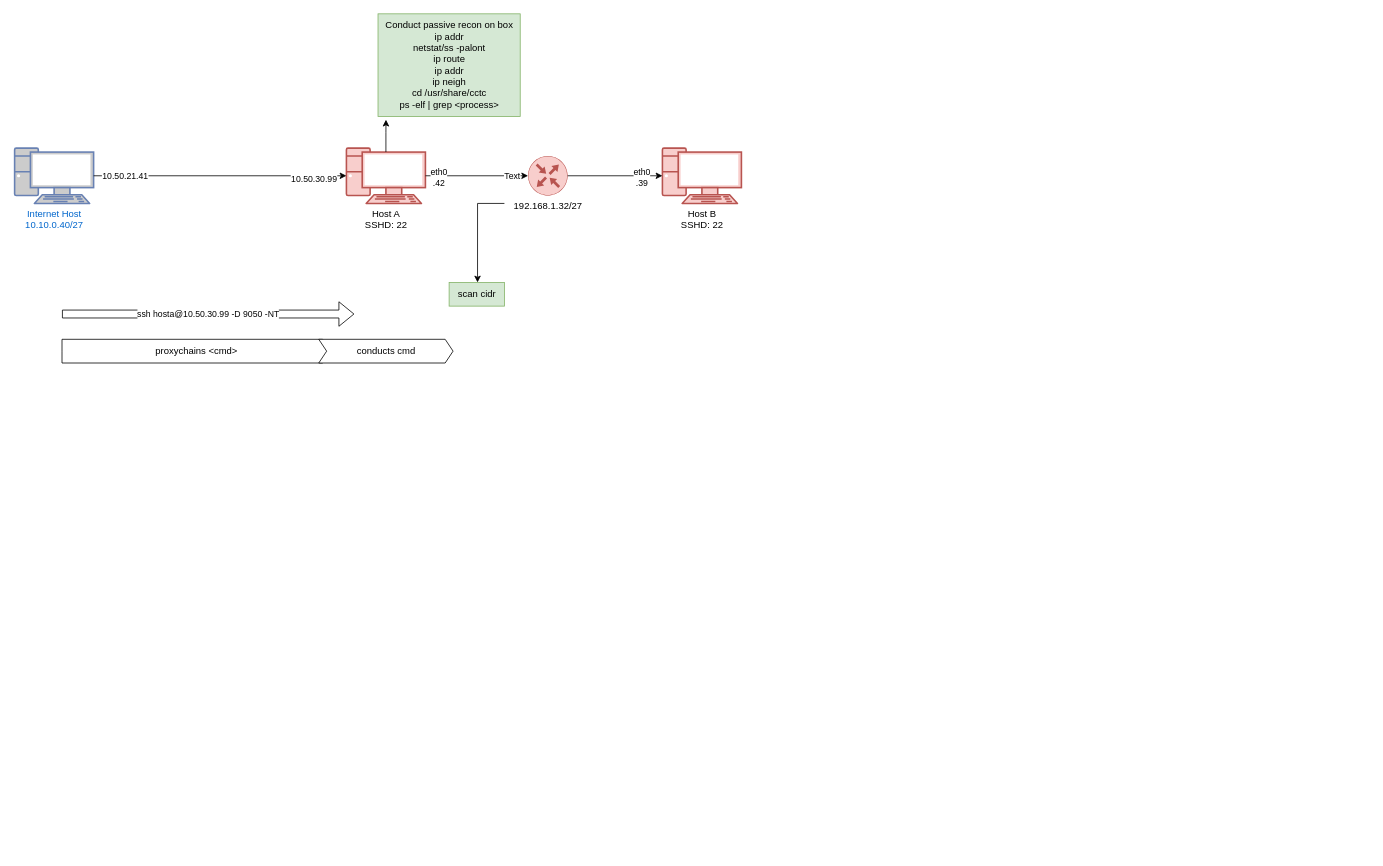
wifi96h/new keeps this draw.io diagram as CCTC/NET/Untitled Diagram.drawio. Above is the earlier version. Source tidied: cells renumbered, new cells numbered last; positions are measured from the earlier drawing's top-left corner, leaving out a move shared by most shapes. Both pictures are drawn from the tidied source at 79%, with x=0, y=0 at pixel (14, 13).
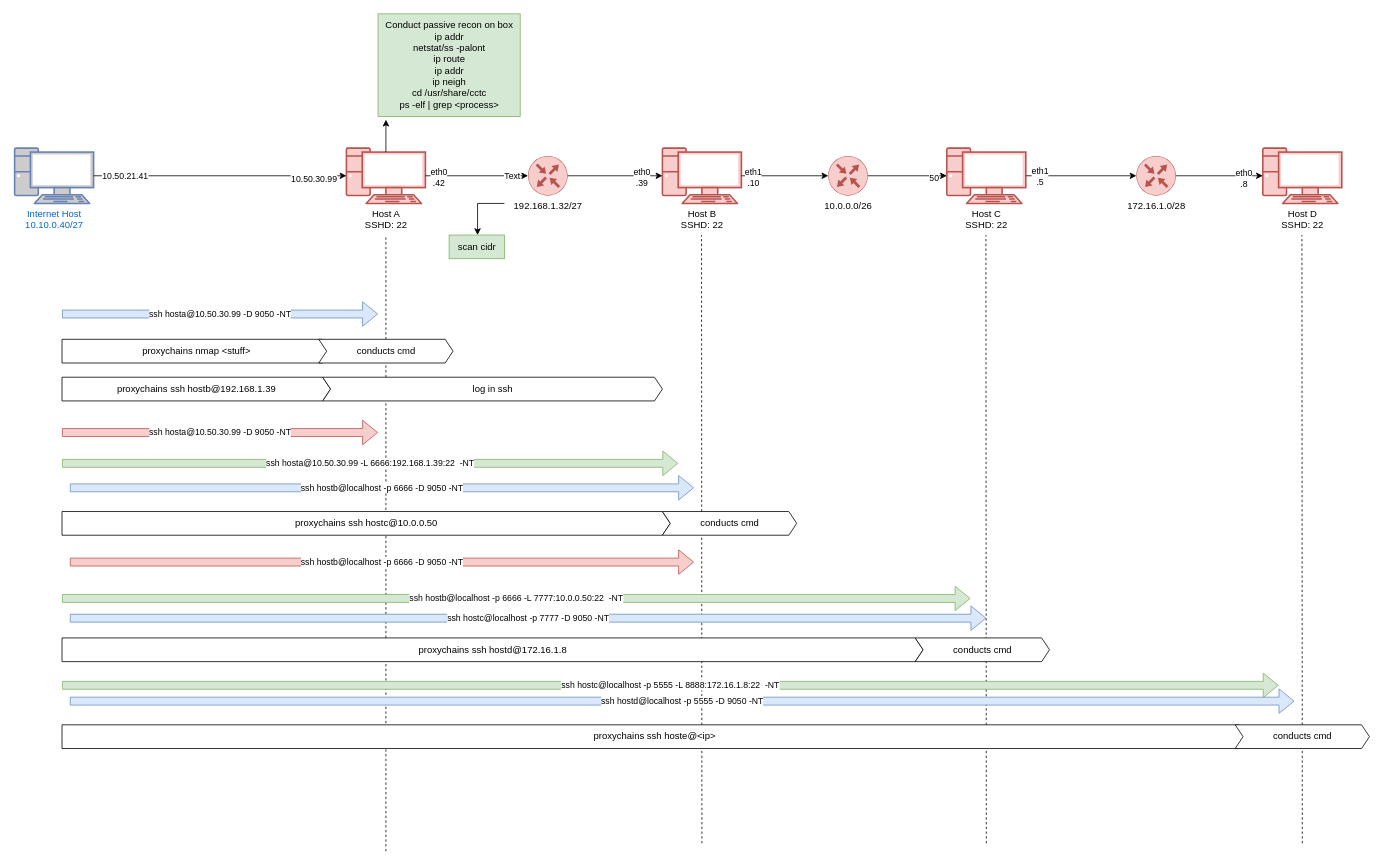
After the change.

The change refers to these unchanged cells:
```xml
<mxCell id="17" value="Host B&lt;div&gt;SSHD: 22&lt;/div&gt;" style="verticalAlign=top;verticalLabelPosition=bottom;labelPosition=center;align=center;html=1;outlineConnect=0;fillColor=#f8cecc;strokeColor=#b85450;gradientDirection=north;strokeWidth=2;shape=mxgraph.networks.pc;" parent="1" vertex="1">
  <mxGeometry x="820" y="170" width="100" height="70" as="geometry" />
</mxCell>
```

Change to the diagram source:
```diff
@@
+    <mxCell id="20" style="endArrow=none;dashed=1;html=1;rounded=0;" parent="1" edge="1">
+      <mxGeometry relative="1" as="geometry">
+        <mxPoint x="1230" y="1050" as="sourcePoint" />
+        <mxPoint x="1229.5" y="280" as="targetPoint" />
+      </mxGeometry>
+    </mxCell>
+    <mxCell id="21" style="endArrow=none;dashed=1;html=1;rounded=0;" parent="1" edge="1">
+      <mxGeometry relative="1" as="geometry">
+        <mxPoint x="870" y="1050" as="sourcePoint" />
+        <mxPoint x="869.5" y="280" as="targetPoint" />
+      </mxGeometry>
+    </mxCell>
+    <mxCell id="22" style="endArrow=none;dashed=1;html=1;rounded=0;" parent="1" edge="1">
+      <mxGeometry relative="1" as="geometry">
+        <mxPoint x="470" y="1060" as="sourcePoint" />
+        <mxPoint x="470" y="280" as="targetPoint" />
+      </mxGeometry>
+    </mxCell>
@@
     <mxCell id="10" value="scan cidr" style="text;html=1;align=center;verticalAlign=middle;points=[];strokeColor=#82b366;fillColor=#d5e8d4;" parent="1" vertex="1">
-      <mxGeometry x="550" y="340" width="70" height="30" as="geometry" />
+      <mxGeometry x="550" y="280" width="70" height="30" as="geometry" />
     </mxCell>
@@
-    <mxCell id="14" value="ssh hosta@10.50.30.99 -D 9050 -NT" style="shape=flexArrow;endArrow=classic;html=1;rounded=0;" parent="1" edge="1">
+    <mxCell id="14" value="ssh hosta@10.50.30.99 -D 9050 -NT" style="shape=flexArrow;endArrow=classic;html=1;rounded=0;fillColor=#dae8fc;strokeColor=#6c8ebf;" parent="1" edge="1">
       <mxGeometry relative="1" as="geometry">
         <mxPoint x="60" y="380" as="sourcePoint" />
-        <mxPoint x="430" y="380" as="targetPoint" />
+        <mxPoint x="460" y="380" as="targetPoint" />
       </mxGeometry>
     </mxCell>
-    <mxCell id="15" value="proxychains &amp;lt;cmd&amp;gt;" style="html=1;shadow=0;dashed=0;align=center;verticalAlign=middle;shape=mxgraph.arrows2.arrow;dy=0;dx=10;notch=0;" parent="1" vertex="1">
+    <mxCell id="15" value="proxychains nmap &amp;lt;stuff&amp;gt;" style="html=1;shadow=0;dashed=0;align=center;verticalAlign=middle;shape=mxgraph.arrows2.arrow;dy=0;dx=10;notch=0;" parent="1" vertex="1">
       <mxGeometry x="60" y="412" width="340" height="30" as="geometry" />
     </mxCell>
@@
+    <mxCell id="23" value="proxychains ssh hostb@192.168.1.39" style="html=1;shadow=0;dashed=0;align=center;verticalAlign=middle;shape=mxgraph.arrows2.arrow;dy=0;dx=10;notch=0;" parent="1" vertex="1">
+      <mxGeometry x="60" y="460" width="340" height="30" as="geometry" />
+    </mxCell>
+    <mxCell id="24" value="log in ssh" style="html=1;shadow=0;dashed=0;align=center;verticalAlign=middle;shape=mxgraph.arrows2.arrow;dy=0;dx=10;notch=10;" parent="1" vertex="1">
+      <mxGeometry x="390" y="460" width="430" height="30" as="geometry" />
+    </mxCell>
+    <mxCell id="25" value="10.0.0.0/26" style="sketch=0;points=[[0.5,0,0],[1,0.5,0],[0.5,1,0],[0,0.5,0],[0.145,0.145,0],[0.8555,0.145,0],[0.855,0.8555,0],[0.145,0.855,0]];verticalLabelPosition=bottom;html=1;verticalAlign=top;align=center;shape=mxgraph.cisco19.rect;prIcon=router;fillColor=#f8cecc;strokeColor=#b85450;" parent="1" vertex="1">
+      <mxGeometry x="1030" y="180" width="50" height="50" as="geometry" />
+    </mxCell>
+    <mxCell id="26" value="ssh hosta@10.50.30.99 -D 9050 -NT" style="shape=flexArrow;endArrow=classic;html=1;rounded=0;fillColor=#f8cecc;strokeColor=#b85450;" parent="1" edge="1">
+      <mxGeometry relative="1" as="geometry">
+        <mxPoint x="60" y="530" as="sourcePoint" />
+        <mxPoint x="460" y="530" as="targetPoint" />
+      </mxGeometry>
+    </mxCell>
+    <mxCell id="27" value="ssh hosta@10.50.30.99 -L 6666:192.168.1.39:22&amp;nbsp; -NT" style="shape=flexArrow;endArrow=classic;html=1;rounded=0;fillColor=#d5e8d4;strokeColor=#82b366;" parent="1" edge="1">
+      <mxGeometry relative="1" as="geometry">
+        <mxPoint x="60" y="569" as="sourcePoint" />
+        <mxPoint x="840" y="569" as="targetPoint" />
+      </mxGeometry>
+    </mxCell>
+    <mxCell id="28" value="ssh hostb@localhost -p 6666 -D 9050 -NT" style="shape=flexArrow;endArrow=classic;html=1;rounded=0;fillColor=#dae8fc;strokeColor=#6c8ebf;" parent="1" edge="1">
+      <mxGeometry relative="1" as="geometry">
+        <mxPoint x="70" y="600" as="sourcePoint" />
+        <mxPoint x="860" y="600" as="targetPoint" />
+      </mxGeometry>
+    </mxCell>
+    <mxCell id="29" value="proxychains ssh hostc@10.0.0.50" style="html=1;shadow=0;dashed=0;align=center;verticalAlign=middle;shape=mxgraph.arrows2.arrow;dy=0;dx=10;notch=0;" parent="1" vertex="1">
+      <mxGeometry x="60" y="630" width="770" height="30" as="geometry" />
+    </mxCell>
+    <mxCell id="30" value="conducts cmd" style="html=1;shadow=0;dashed=0;align=center;verticalAlign=middle;shape=mxgraph.arrows2.arrow;dy=0;dx=10;notch=10;" parent="1" vertex="1">
+      <mxGeometry x="820" y="630" width="170" height="30" as="geometry" />
+    </mxCell>
+    <mxCell id="31" style="edgeStyle=orthogonalEdgeStyle;rounded=0;jettySize=auto;html=1;exitX=1;exitY=0.5;exitDx=0;exitDy=0;exitPerimeter=0;entryX=0;entryY=0.5;entryDx=0;entryDy=0;entryPerimeter=0;" parent="1" edge="1" source="17" target="25">
+      <mxGeometry relative="1" as="geometry" />
+    </mxCell>
+    <mxCell id="32" value="eth1&lt;div&gt;.10&lt;/div&gt;" style="edgeLabel;html=1;align=center;verticalAlign=middle;" parent="31" vertex="1">
+      <mxGeometry x="-0.75" y="-2" relative="1" as="geometry" />
+    </mxCell>
+    <mxCell id="33" value="Host C&lt;div&gt;SSHD: 22&lt;/div&gt;" style="verticalAlign=top;verticalLabelPosition=bottom;labelPosition=center;align=center;html=1;outlineConnect=0;fillColor=#f8cecc;strokeColor=#b85450;gradientDirection=north;strokeWidth=2;shape=mxgraph.networks.pc;" parent="1" vertex="1">
+      <mxGeometry x="1180" y="170" width="100" height="70" as="geometry" />
+    </mxCell>
+    <mxCell id="34" style="edgeStyle=orthogonalEdgeStyle;rounded=0;jettySize=auto;html=1;exitX=1;exitY=0.5;exitDx=0;exitDy=0;exitPerimeter=0;entryX=0;entryY=0.5;entryDx=0;entryDy=0;entryPerimeter=0;" parent="1" edge="1" source="25" target="33">
+      <mxGeometry relative="1" as="geometry" />
+    </mxCell>
+    <mxCell id="35" value="50" style="edgeLabel;html=1;align=center;verticalAlign=middle;" parent="34" vertex="1">
+      <mxGeometry x="0.66" y="-2" relative="1" as="geometry" />
+    </mxCell>
+    <mxCell id="36" value="172.16.1.0/28" style="sketch=0;points=[[0.5,0,0],[1,0.5,0],[0.5,1,0],[0,0.5,0],[0.145,0.145,0],[0.8555,0.145,0],[0.855,0.8555,0],[0.145,0.855,0]];verticalLabelPosition=bottom;html=1;verticalAlign=top;align=center;shape=mxgraph.cisco19.rect;prIcon=router;fillColor=#f8cecc;strokeColor=#b85450;" parent="1" vertex="1">
+      <mxGeometry x="1420" y="180" width="50" height="50" as="geometry" />
+    </mxCell>
+    <mxCell id="37" style="edgeStyle=orthogonalEdgeStyle;rounded=0;jettySize=auto;html=1;exitX=1;exitY=0.5;exitDx=0;exitDy=0;exitPerimeter=0;entryX=0;entryY=0.5;entryDx=0;entryDy=0;entryPerimeter=0;" parent="1" edge="1" source="33" target="36">
+      <mxGeometry relative="1" as="geometry" />
+    </mxCell>
+    <mxCell id="38" value="eth1&lt;div&gt;.5&lt;/div&gt;" style="edgeLabel;html=1;align=center;verticalAlign=middle;" parent="37" vertex="1">
+      <mxGeometry x="-0.76" relative="1" as="geometry" />
+    </mxCell>
+    <mxCell id="39" value="ssh hostb@localhost -p 6666 -D 9050 -NT" style="shape=flexArrow;endArrow=classic;html=1;rounded=0;fillColor=#f8cecc;strokeColor=#b85450;" parent="1" edge="1">
+      <mxGeometry relative="1" as="geometry">
+        <mxPoint x="70" y="694" as="sourcePoint" />
+        <mxPoint x="860" y="694" as="targetPoint" />
+      </mxGeometry>
+    </mxCell>
+    <mxCell id="40" value="ssh hostb@localhost -p 6666 -L 7777:10.0.0.50:22&amp;nbsp; -NT" style="shape=flexArrow;endArrow=classic;html=1;rounded=0;fillColor=#d5e8d4;strokeColor=#82b366;" parent="1" edge="1">
+      <mxGeometry relative="1" as="geometry">
+        <mxPoint x="60" y="740" as="sourcePoint" />
+        <mxPoint x="1210" y="740" as="targetPoint" />
+      </mxGeometry>
+    </mxCell>
+    <mxCell id="41" value="ssh hostc@localhost -p 7777 -D 9050 -NT" style="shape=flexArrow;endArrow=classic;html=1;rounded=0;fillColor=#dae8fc;strokeColor=#6c8ebf;" parent="1" edge="1">
+      <mxGeometry relative="1" as="geometry">
+        <mxPoint x="70" y="765" as="sourcePoint" />
+        <mxPoint x="1230" y="765" as="targetPoint" />
+      </mxGeometry>
+    </mxCell>
+    <mxCell id="42" value="Host D&lt;div&gt;SSHD: 22&lt;/div&gt;" style="verticalAlign=top;verticalLabelPosition=bottom;labelPosition=center;align=center;html=1;outlineConnect=0;fillColor=#f8cecc;strokeColor=#b85450;gradientDirection=north;strokeWidth=2;shape=mxgraph.networks.pc;" parent="1" vertex="1">
+      <mxGeometry x="1580" y="170" width="100" height="70" as="geometry" />
+    </mxCell>
+    <mxCell id="43" style="edgeStyle=orthogonalEdgeStyle;rounded=0;jettySize=auto;html=1;exitX=1;exitY=0.5;exitDx=0;exitDy=0;exitPerimeter=0;entryX=0;entryY=0.5;entryDx=0;entryDy=0;entryPerimeter=0;" parent="1" edge="1" source="36" target="42">
+      <mxGeometry relative="1" as="geometry" />
+    </mxCell>
+    <mxCell id="44" value="eth0&lt;div&gt;.8&lt;/div&gt;" style="edgeLabel;html=1;align=center;verticalAlign=middle;" parent="43" vertex="1">
+      <mxGeometry x="0.55" y="-3" relative="1" as="geometry" />
+    </mxCell>
+    <mxCell id="45" style="endArrow=none;dashed=1;html=1;rounded=0;" parent="1" edge="1">
+      <mxGeometry relative="1" as="geometry">
+        <mxPoint x="1630" y="1050" as="sourcePoint" />
+        <mxPoint x="1629.5" y="280" as="targetPoint" />
+      </mxGeometry>
+    </mxCell>
+    <mxCell id="46" value="proxychains ssh hostd@172.16.1.8" style="html=1;shadow=0;dashed=0;align=center;verticalAlign=middle;shape=mxgraph.arrows2.arrow;dy=0;dx=10;notch=0;" parent="1" vertex="1">
+      <mxGeometry x="60" y="790" width="1090" height="30" as="geometry" />
+    </mxCell>
+    <mxCell id="47" value="conducts cmd" style="html=1;shadow=0;dashed=0;align=center;verticalAlign=middle;shape=mxgraph.arrows2.arrow;dy=0;dx=10;notch=10;" parent="1" vertex="1">
+      <mxGeometry x="1140" y="790" width="170" height="30" as="geometry" />
+    </mxCell>
+    <mxCell id="48" value="ssh hostc@localhost -p 5555 -L 8888:172.16.1.8:22&amp;nbsp; -NT" style="shape=flexArrow;endArrow=classic;html=1;rounded=0;fillColor=#d5e8d4;strokeColor=#82b366;" parent="1" edge="1">
+      <mxGeometry relative="1" as="geometry">
+        <mxPoint x="60" y="850" as="sourcePoint" />
+        <mxPoint x="1600" y="850" as="targetPoint" />
+      </mxGeometry>
+    </mxCell>
+    <mxCell id="49" value="ssh hostd@localhost -p 5555 -D 9050 -NT" style="shape=flexArrow;endArrow=classic;html=1;rounded=0;fillColor=#dae8fc;strokeColor=#6c8ebf;" parent="1" edge="1">
+      <mxGeometry relative="1" as="geometry">
+        <mxPoint x="70" y="870" as="sourcePoint" />
+        <mxPoint x="1620" y="870" as="targetPoint" />
+      </mxGeometry>
+    </mxCell>
+    <mxCell id="50" value="proxychains ssh hoste@&amp;lt;ip&amp;gt;" style="html=1;shadow=0;dashed=0;align=center;verticalAlign=middle;shape=mxgraph.arrows2.arrow;dy=0;dx=10;notch=0;" parent="1" vertex="1">
+      <mxGeometry x="60" y="900" width="1500" height="30" as="geometry" />
+    </mxCell>
+    <mxCell id="51" value="conducts cmd" style="html=1;shadow=0;dashed=0;align=center;verticalAlign=middle;shape=mxgraph.arrows2.arrow;dy=0;dx=10;notch=10;" parent="1" vertex="1">
+      <mxGeometry x="1545" y="900" width="170" height="30" as="geometry" />
+    </mxCell>
```
